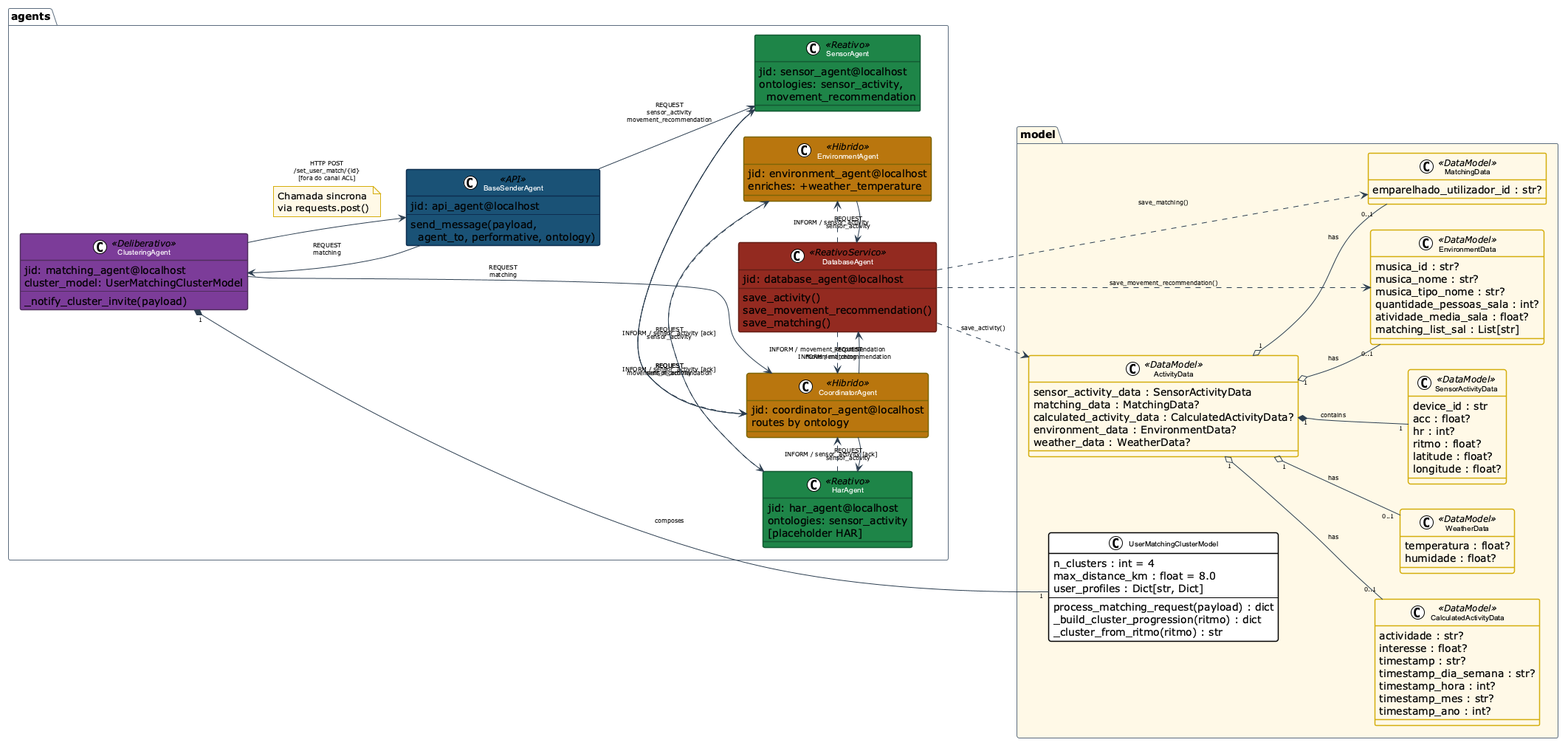
Earlier version of the PlantUML export Relatórios/ASMA/diagramas/Dance4Life_Classes.png (MIA-CDFR/SAASMRL). Its diagram source:
```plantuml
@startuml Dance4Life_Classes
!theme plain
left to right direction
skinparam classAttributeIconSize 0
skinparam classFontSize 10
skinparam classFontName Arial
skinparam classBorderThickness 1.5
skinparam arrowColor #2C3E50
skinparam arrowFontSize 8
skinparam packageBorderColor #5D6D7E
skinparam packageFontStyle bold
skinparam NoteBackgroundColor #FEF9E7
skinparam NoteBorderColor #D4AC0D
skinparam classBackgroundColor<<API>>      #1A5276
skinparam classFontColor<<API>>            #FFFFFF
skinparam classBorderColor<<API>>          #0E2F51
skinparam classBackgroundColor<<Reativo>>  #1E8449
skinparam classFontColor<<Reativo>>        #FFFFFF
skinparam classBorderColor<<Reativo>>      #145A32
skinparam classBackgroundColor<<Hibrido>>  #B9770E
skinparam classFontColor<<Hibrido>>        #FFFFFF
skinparam classBorderColor<<Hibrido>>      #7D6608
skinparam classBackgroundColor<<Deliberativo>> #7D3C98
skinparam classFontColor<<Deliberativo>>   #FFFFFF
skinparam classBorderColor<<Deliberativo>> #512E5F
skinparam classBackgroundColor<<ReativoServico>> #922B21
skinparam classFontColor<<ReativoServico>> #FFFFFF
skinparam classBorderColor<<ReativoServico>> #641E16
skinparam classBackgroundColor<<DataModel>> #FEF9E7
skinparam classBorderColor<<DataModel>>    #D4AC0D

package "agents" {
  class BaseSenderAgent <<API>> {
    jid: api_agent@localhost
    ---
    send_message(payload,\n  agent_to, performative, ontology)
  }

  class SensorAgent <<Reativo>> {
    jid: sensor_agent@localhost
    ontologies: sensor_activity,\n  movement_recommendation
  }

  class CoordinatorAgent <<Hibrido>> {
    jid: coordinator_agent@localhost
    routes by ontology
  }

  class HarAgent <<Reativo>> {
    jid: har_agent@localhost
    ontologies: sensor_activity
    [placeholder HAR]
  }

  class EnvironmentAgent <<Hibrido>> {
    jid: environment_agent@localhost
    enriches: +weather_temperature
  }

  class ClusteringAgent <<Deliberativo>> {
    jid: matching_agent@localhost
    cluster_model: UserMatchingClusterModel
    ---
    _notify_cluster_invite(payload)
  }

  class DatabaseAgent <<ReativoServico>> {
    jid: database_agent@localhost
    save_activity()
    save_movement_recommendation()
    save_matching()
  }
}

package "model" #FEF9E7 {
  class SensorActivityData <<DataModel>> {
    device_id : str
    acc : float?
    hr : int?
    ritmo : float?
    latitude : float?
    longitude : float?
  }

  class MatchingData <<DataModel>> {
    emparelhado_utilizador_id : str?
  }

  class CalculatedActivityData <<DataModel>> {
    actividade : str?
    interesse : float?
    timestamp : str?
    timestamp_dia_semana : str?
    timestamp_hora : int?
    timestamp_mes : str?
    timestamp_ano : int?
  }

  class EnvironmentData <<DataModel>> {
    musica_id : str?
    musica_nome : str?
    musica_tipo_nome : str?
    quantidade_pessoas_sala : int?
    atividade_media_sala : float?
    matching_list_sal : List[str]
  }

  class WeatherData <<DataModel>> {
    temperatura : float?
    humidade : float?
  }

  class ActivityData <<DataModel>> {
    sensor_activity_data : SensorActivityData
    matching_data : MatchingData?
    calculated_activity_data : CalculatedActivityData?
    environment_data : EnvironmentData?
    weather_data : WeatherData?
  }

  class UserMatchingClusterModel {
    n_clusters : int = 4
    max_distance_km : float = 8.0
    user_profiles : Dict[str, Dict]
    ---
    process_matching_request(payload) : dict
    _build_cluster_progression(ritmo) : dict
    _cluster_from_ritmo(ritmo) : str
  }
}

BaseSenderAgent --> SensorAgent     : "REQUEST\nsensor_activity\nmovement_recommendation"
BaseSenderAgent --> ClusteringAgent : "REQUEST\nmatching"

SensorAgent     -->  CoordinatorAgent : "REQUEST\nsensor_activity"
CoordinatorAgent -->  HarAgent         : "REQUEST\nsensor_activity"
HarAgent        -->  EnvironmentAgent  : "REQUEST\nsensor_activity"
EnvironmentAgent -->  DatabaseAgent    : "REQUEST\nsensor_activity"

SensorAgent      --> CoordinatorAgent : "REQUEST\nmovement_recommendation"
CoordinatorAgent --> DatabaseAgent    : "REQUEST\nmovement_recommendation"

ClusteringAgent  --> CoordinatorAgent : "REQUEST\nmatching"
CoordinatorAgent --> DatabaseAgent    : "REQUEST\nmatching"

CoordinatorAgent .> SensorAgent      : "INFORM / sensor_activity [ack]"
HarAgent         .> CoordinatorAgent : "INFORM / sensor_activity [ack]"
EnvironmentAgent .> HarAgent         : "INFORM / sensor_activity [ack]"
DatabaseAgent    .> EnvironmentAgent : "INFORM / sensor_activity"
DatabaseAgent    .> CoordinatorAgent : "INFORM / movement_recommendation\nINFORM / matching"

ClusteringAgent --> BaseSenderAgent  : "HTTP POST\n/set_user_match/{id}\n[fora do canal ACL]"

note on link
  Chamada sincrona
  via requests.post()
end note

DatabaseAgent ..> ActivityData         : "save_activity()"
DatabaseAgent ..> MatchingData         : "save_matching()"
DatabaseAgent ..> EnvironmentData      : "save_movement_recommendation()"

ClusteringAgent "1" *-- "1" UserMatchingClusterModel : composes

ActivityData "1" *--  "1"    SensorActivityData     : contains
ActivityData "1" o-- "0..1"  MatchingData           : has
ActivityData "1" o-- "0..1"  CalculatedActivityData : has
ActivityData "1" o-- "0..1"  EnvironmentData        : has
ActivityData "1" o-- "0..1"  WeatherData            : has

@enduml
```
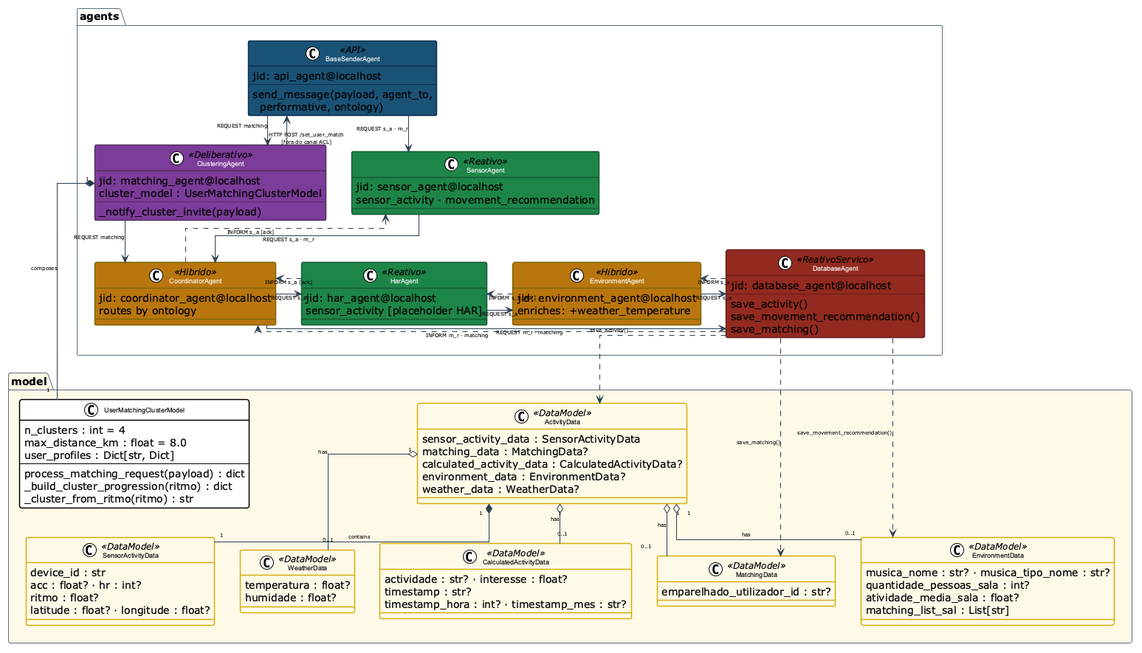
The same file after the commit.

Change to the diagram source:
```diff
@@ -1,114 +1,93 @@
 @startuml Dance4Life_Classes
 !theme plain
-left to right direction
+top to bottom direction
+skinparam linetype ortho
 skinparam classAttributeIconSize 0
-skinparam classFontSize 10
+skinparam classFontSize 9
 skinparam classFontName Arial
 skinparam classBorderThickness 1.5
 skinparam arrowColor #2C3E50
-skinparam arrowFontSize 8
+skinparam arrowFontSize 7
 skinparam packageBorderColor #5D6D7E
 skinparam packageFontStyle bold
+skinparam nodesep 35
+skinparam ranksep 40
 skinparam NoteBackgroundColor #FEF9E7
 skinparam NoteBorderColor #D4AC0D
-skinparam classBackgroundColor<<API>>      #1A5276
-skinparam classFontColor<<API>>            #FFFFFF
-skinparam classBorderColor<<API>>          #0E2F51
-skinparam classBackgroundColor<<Reativo>>  #1E8449
-skinparam classFontColor<<Reativo>>        #FFFFFF
-skinparam classBorderColor<<Reativo>>      #145A32
-skinparam classBackgroundColor<<Hibrido>>  #B9770E
-skinparam classFontColor<<Hibrido>>        #FFFFFF
-skinparam classBorderColor<<Hibrido>>      #7D6608
-skinparam classBackgroundColor<<Deliberativo>> #7D3C98
-skinparam classFontColor<<Deliberativo>>   #FFFFFF
-skinparam classBorderColor<<Deliberativo>> #512E5F
+skinparam classBackgroundColor<<API>>           #1A5276
+skinparam classFontColor<<API>>                 #FFFFFF
+skinparam classBorderColor<<API>>               #0E2F51
+skinparam classBackgroundColor<<Reativo>>       #1E8449
+skinparam classFontColor<<Reativo>>             #FFFFFF
+skinparam classBorderColor<<Reativo>>           #145A32
+skinparam classBackgroundColor<<Hibrido>>       #B9770E
+skinparam classFontColor<<Hibrido>>             #FFFFFF
+skinparam classBorderColor<<Hibrido>>           #7D6608
+skinparam classBackgroundColor<<Deliberativo>>  #7D3C98
+skinparam classFontColor<<Deliberativo>>        #FFFFFF
+skinparam classBorderColor<<Deliberativo>>      #512E5F
 skinparam classBackgroundColor<<ReativoServico>> #922B21
-skinparam classFontColor<<ReativoServico>> #FFFFFF
-skinparam classBorderColor<<ReativoServico>> #641E16
-skinparam classBackgroundColor<<DataModel>> #FEF9E7
-skinparam classBorderColor<<DataModel>>    #D4AC0D
+skinparam classFontColor<<ReativoServico>>      #FFFFFF
+skinparam classBorderColor<<ReativoServico>>    #641E16
+skinparam classBackgroundColor<<DataModel>>     #FEF9E7
+skinparam classBorderColor<<DataModel>>         #D4AC0D
 
 package "agents" {
-  class BaseSenderAgent <<API>> {
-    jid: api_agent@localhost
-    ---
-    send_message(payload,\n  agent_to, performative, ontology)
+
+  together {
+    class BaseSenderAgent <<API>> {
+      jid: api_agent@localhost
+      --
+      send_message(payload, agent_to,\n  performative, ontology)
+    }
   }
 
-  class SensorAgent <<Reativo>> {
-    jid: sensor_agent@localhost
-    ontologies: sensor_activity,\n  movement_recommendation
+  together {
+    class SensorAgent <<Reativo>> {
+      jid: sensor_agent@localhost
+      sensor_activity · movement_recommendation
+    }
+    class ClusteringAgent <<Deliberativo>> {
+      jid: matching_agent@localhost
+      cluster_model : UserMatchingClusterModel
+      --
+      _notify_cluster_invite(payload)
+    }
   }
 
-  class CoordinatorAgent <<Hibrido>> {
-    jid: coordinator_agent@localhost
-    routes by ontology
+  together {
+    class CoordinatorAgent <<Hibrido>> {
+      jid: coordinator_agent@localhost
+      routes by ontology
+    }
   }
 
-  class HarAgent <<Reativo>> {
-    jid: har_agent@localhost
-    ontologies: sensor_activity
-    [placeholder HAR]
+  together {
+    class HarAgent <<Reativo>> {
+      jid: har_agent@localhost
+      sensor_activity [placeholder HAR]
+    }
   }
 
-  class EnvironmentAgent <<Hibrido>> {
-    jid: environment_agent@localhost
-    enriches: +weather_temperature
+  together {
+    class EnvironmentAgent <<Hibrido>> {
+      jid: environment_agent@localhost
+      enriches: +weather_temperature
+    }
   }
 
-  class ClusteringAgent <<Deliberativo>> {
-    jid: matching_agent@localhost
-    cluster_model: UserMatchingClusterModel
-    ---
-    _notify_cluster_invite(payload)
-  }
-
-  class DatabaseAgent <<ReativoServico>> {
-    jid: database_agent@localhost
-    save_activity()
-    save_movement_recommendation()
-    save_matching()
+  together {
+    class DatabaseAgent <<ReativoServico>> {
+      jid: database_agent@localhost
+      --
+      save_activity()
+      save_movement_recommendation()
+      save_matching()
+    }
   }
 }
 
 package "model" #FEF9E7 {
-  class SensorActivityData <<DataModel>> {
-    device_id : str
-    acc : float?
-    hr : int?
-    ritmo : float?
-    latitude : float?
-    longitude : float?
-  }
-
-  class MatchingData <<DataModel>> {
-    emparelhado_utilizador_id : str?
-  }
-
-  class CalculatedActivityData <<DataModel>> {
-    actividade : str?
-    interesse : float?
-    timestamp : str?
-    timestamp_dia_semana : str?
-    timestamp_hora : int?
-    timestamp_mes : str?
-    timestamp_ano : int?
-  }
-
-  class EnvironmentData <<DataModel>> {
-    musica_id : str?
-    musica_nome : str?
-    musica_tipo_nome : str?
-    quantidade_pessoas_sala : int?
-    atividade_media_sala : float?
-    matching_list_sal : List[str]
-  }
-
-  class WeatherData <<DataModel>> {
-    temperatura : float?
-    humidade : float?
-  }
 
   class ActivityData <<DataModel>> {
     sensor_activity_data : SensorActivityData
@@ -118,47 +97,75 @@
     weather_data : WeatherData?
   }
 
+  together {
+    class SensorActivityData <<DataModel>> {
+      device_id : str
+      acc : float? · hr : int?
+      ritmo : float?
+      latitude : float? · longitude : float?
+    }
+    class WeatherData <<DataModel>> {
+      temperatura : float?
+      humidade : float?
+    }
+  }
+
+  together {
+    class MatchingData <<DataModel>> {
+      emparelhado_utilizador_id : str?
+    }
+    class EnvironmentData <<DataModel>> {
+      musica_nome : str? · musica_tipo_nome : str?
+      quantidade_pessoas_sala : int?
+      atividade_media_sala : float?
+      matching_list_sal : List[str]
+    }
+    class CalculatedActivityData <<DataModel>> {
+      actividade : str? · interesse : float?
+      timestamp : str?
+      timestamp_hora : int? · timestamp_mes : str?
+    }
+  }
+
   class UserMatchingClusterModel {
     n_clusters : int = 4
     max_distance_km : float = 8.0
     user_profiles : Dict[str, Dict]
-    ---
+    --
     process_matching_request(payload) : dict
     _build_cluster_progression(ritmo) : dict
     _cluster_from_ritmo(ritmo) : str
   }
 }
 
-BaseSenderAgent --> SensorAgent     : "REQUEST\nsensor_activity\nmovement_recommendation"
-BaseSenderAgent --> ClusteringAgent : "REQUEST\nmatching"
+BaseSenderAgent  -[hidden]down-> SensorAgent
+BaseSenderAgent  -[hidden]down-> ClusteringAgent
+SensorAgent      -[hidden]down-> CoordinatorAgent
+ClusteringAgent  -[hidden]down-> CoordinatorAgent
+CoordinatorAgent -[hidden]down-> HarAgent
+HarAgent         -[hidden]down-> EnvironmentAgent
+EnvironmentAgent -[hidden]down-> DatabaseAgent
 
-SensorAgent     -->  CoordinatorAgent : "REQUEST\nsensor_activity"
-CoordinatorAgent -->  HarAgent         : "REQUEST\nsensor_activity"
-HarAgent        -->  EnvironmentAgent  : "REQUEST\nsensor_activity"
-EnvironmentAgent -->  DatabaseAgent    : "REQUEST\nsensor_activity"
+BaseSenderAgent  -->  SensorAgent     : "REQUEST s_a · m_r"
+BaseSenderAgent  -->  ClusteringAgent : "REQUEST matching"
+SensorAgent      -->  CoordinatorAgent : "REQUEST s_a · m_r"
+CoordinatorAgent -->  HarAgent         : "REQUEST s_a"
+CoordinatorAgent -->  DatabaseAgent    : "REQUEST m_r · matching"
+HarAgent         -->  EnvironmentAgent : "REQUEST s_a"
+EnvironmentAgent -->  DatabaseAgent    : "REQUEST s_a"
+ClusteringAgent  -->  CoordinatorAgent : "REQUEST matching"
 
-SensorAgent      --> CoordinatorAgent : "REQUEST\nmovement_recommendation"
-CoordinatorAgent --> DatabaseAgent    : "REQUEST\nmovement_recommendation"
+CoordinatorAgent .>  SensorAgent      : "INFORM s_a [ack]"
+HarAgent         .>  CoordinatorAgent : "INFORM s_a [ack]"
+EnvironmentAgent .>  HarAgent         : "INFORM s_a [ack]"
+DatabaseAgent    .>  EnvironmentAgent : "INFORM s_a"
+DatabaseAgent    .>  CoordinatorAgent : "INFORM m_r · matching"
 
-ClusteringAgent  --> CoordinatorAgent : "REQUEST\nmatching"
-CoordinatorAgent --> DatabaseAgent    : "REQUEST\nmatching"
+ClusteringAgent  -->  BaseSenderAgent : "HTTP POST /set_user_match\n[fora do canal ACL]"
 
-CoordinatorAgent .> SensorAgent      : "INFORM / sensor_activity [ack]"
-HarAgent         .> CoordinatorAgent : "INFORM / sensor_activity [ack]"
-EnvironmentAgent .> HarAgent         : "INFORM / sensor_activity [ack]"
-DatabaseAgent    .> EnvironmentAgent : "INFORM / sensor_activity"
-DatabaseAgent    .> CoordinatorAgent : "INFORM / movement_recommendation\nINFORM / matching"
-
-ClusteringAgent --> BaseSenderAgent  : "HTTP POST\n/set_user_match/{id}\n[fora do canal ACL]"
-
-note on link
-  Chamada sincrona
-  via requests.post()
-end note
-
-DatabaseAgent ..> ActivityData         : "save_activity()"
-DatabaseAgent ..> MatchingData         : "save_matching()"
-DatabaseAgent ..> EnvironmentData      : "save_movement_recommendation()"
+DatabaseAgent ..> ActivityData   : "save_activity()"
+DatabaseAgent ..> MatchingData   : "save_matching()"
+DatabaseAgent ..> EnvironmentData : "save_movement_recommendation()"
 
 ClusteringAgent "1" *-- "1" UserMatchingClusterModel : composes
 
```
